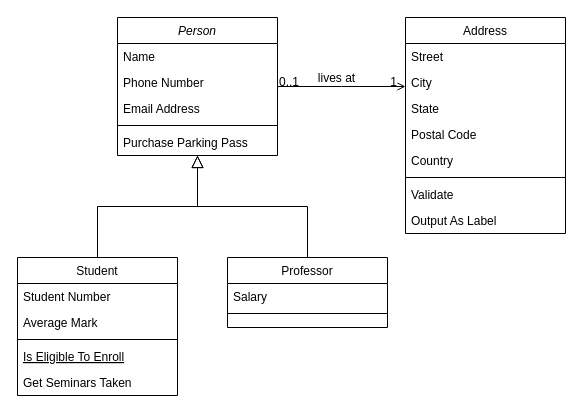
Above: CLASS-DIA.drawio in Ardiansyah05/jobsheet1 (draw.io), before the change. Source tidied: cells renumbered, new cells numbered last; positions are measured from the earlier drawing's top-left corner, leaving out a move shared by most shapes. Both pictures are drawn from the tidied source at 100%, with x=0, y=0 at pixel (17, 17).
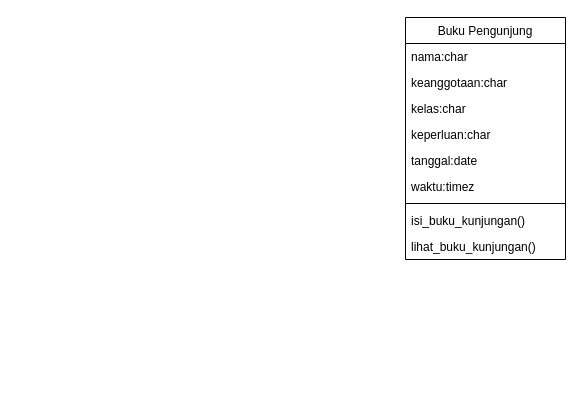
The same page after the edit.

Change to the diagram source:
```diff
@@
-    <mxCell id="2" value="Person" style="swimlane;fontStyle=2;align=center;verticalAlign=top;horizontal=1;startSize=26;rounded=0;shadow=0;strokeWidth=1;" parent="1" vertex="1">
-      <mxGeometry x="100" width="160" height="138" as="geometry" />
-    </mxCell>
-    <mxCell id="3" value="Name" style="text;align=left;verticalAlign=top;spacingLeft=4;spacingRight=4;overflow=hidden;" parent="2" vertex="1">
-      <mxGeometry y="26" width="160" height="26" as="geometry" />
-    </mxCell>
-    <mxCell id="4" value="Phone Number" style="text;align=left;verticalAlign=top;spacingLeft=4;spacingRight=4;overflow=hidden;rounded=0;shadow=0;html=0;" parent="2" vertex="1">
-      <mxGeometry y="52" width="160" height="26" as="geometry" />
-    </mxCell>
-    <mxCell id="5" value="Email Address" style="text;align=left;verticalAlign=top;spacingLeft=4;spacingRight=4;overflow=hidden;rounded=0;shadow=0;html=0;" parent="2" vertex="1">
-      <mxGeometry y="78" width="160" height="26" as="geometry" />
-    </mxCell>
-    <mxCell id="6" style="line;html=1;strokeWidth=1;align=left;verticalAlign=middle;spacingTop=-1;spacingLeft=3;spacingRight=3;labelPosition=right;" parent="2" vertex="1">
-      <mxGeometry y="104" width="160" height="8" as="geometry" />
-    </mxCell>
-    <mxCell id="7" value="Purchase Parking Pass" style="text;align=left;verticalAlign=top;spacingLeft=4;spacingRight=4;overflow=hidden;" parent="2" vertex="1">
-      <mxGeometry y="112" width="160" height="26" as="geometry" />
-    </mxCell>
-    <mxCell id="8" value="Student" style="swimlane;fontStyle=0;align=center;verticalAlign=top;horizontal=1;startSize=26;rounded=0;shadow=0;strokeWidth=1;" parent="1" vertex="1">
-      <mxGeometry y="240" width="160" height="138" as="geometry" />
-    </mxCell>
-    <mxCell id="9" value="Student Number" style="text;align=left;verticalAlign=top;spacingLeft=4;spacingRight=4;overflow=hidden;" parent="8" vertex="1">
-      <mxGeometry y="26" width="160" height="26" as="geometry" />
-    </mxCell>
-    <mxCell id="10" value="Average Mark" style="text;align=left;verticalAlign=top;spacingLeft=4;spacingRight=4;overflow=hidden;rounded=0;shadow=0;html=0;" parent="8" vertex="1">
-      <mxGeometry y="52" width="160" height="26" as="geometry" />
-    </mxCell>
-    <mxCell id="11" style="line;html=1;strokeWidth=1;align=left;verticalAlign=middle;spacingTop=-1;spacingLeft=3;spacingRight=3;labelPosition=right;" parent="8" vertex="1">
-      <mxGeometry y="78" width="160" height="8" as="geometry" />
-    </mxCell>
-    <mxCell id="12" value="Is Eligible To Enroll" style="text;align=left;verticalAlign=top;spacingLeft=4;spacingRight=4;overflow=hidden;fontStyle=4;" parent="8" vertex="1">
-      <mxGeometry y="86" width="160" height="26" as="geometry" />
-    </mxCell>
-    <mxCell id="13" value="Get Seminars Taken" style="text;align=left;verticalAlign=top;spacingLeft=4;spacingRight=4;overflow=hidden;" parent="8" vertex="1">
-      <mxGeometry y="112" width="160" height="26" as="geometry" />
-    </mxCell>
-    <mxCell id="14" style="endArrow=block;endSize=10;endFill=0;shadow=0;strokeWidth=1;rounded=0;edgeStyle=elbowEdgeStyle;elbow=vertical;" parent="1" edge="1" source="8" target="2">
-      <mxGeometry relative="1" as="geometry" />
-    </mxCell>
-    <mxCell id="15" value="Professor" style="swimlane;fontStyle=0;align=center;verticalAlign=top;horizontal=1;startSize=26;rounded=0;shadow=0;strokeWidth=1;" parent="1" vertex="1">
-      <mxGeometry x="210" y="240" width="160" height="70" as="geometry" />
-    </mxCell>
-    <mxCell id="16" value="Salary" style="text;align=left;verticalAlign=top;spacingLeft=4;spacingRight=4;overflow=hidden;" parent="15" vertex="1">
-      <mxGeometry y="26" width="160" height="26" as="geometry" />
-    </mxCell>
-    <mxCell id="17" style="line;html=1;strokeWidth=1;align=left;verticalAlign=middle;spacingTop=-1;spacingLeft=3;spacingRight=3;labelPosition=right;" parent="15" vertex="1">
-      <mxGeometry y="52" width="160" height="8" as="geometry" />
-    </mxCell>
-    <mxCell id="18" style="endArrow=block;endSize=10;endFill=0;shadow=0;strokeWidth=1;rounded=0;edgeStyle=elbowEdgeStyle;elbow=vertical;" parent="1" edge="1" source="15" target="2">
-      <mxGeometry relative="1" as="geometry" />
-    </mxCell>
-    <mxCell id="19" value="Address" style="swimlane;fontStyle=0;align=center;verticalAlign=top;horizontal=1;startSize=26;rounded=0;shadow=0;strokeWidth=1;" parent="1" vertex="1">
-      <mxGeometry x="388" width="160" height="216" as="geometry" />
+    <mxCell id="19" value="Buku Pengunjung" style="swimlane;fontStyle=0;align=center;verticalAlign=top;horizontal=1;startSize=26;rounded=0;shadow=0;strokeWidth=1;" parent="1" vertex="1">
+      <mxGeometry x="388" width="160" height="242" as="geometry" />
     </mxCell>
-    <mxCell id="20" value="Street" style="text;align=left;verticalAlign=top;spacingLeft=4;spacingRight=4;overflow=hidden;" parent="19" vertex="1">
+    <mxCell id="20" value="nama:char" style="text;align=left;verticalAlign=top;spacingLeft=4;spacingRight=4;overflow=hidden;" parent="19" vertex="1">
       <mxGeometry y="26" width="160" height="26" as="geometry" />
     </mxCell>
-    <mxCell id="21" value="City" style="text;align=left;verticalAlign=top;spacingLeft=4;spacingRight=4;overflow=hidden;rounded=0;shadow=0;html=0;" parent="19" vertex="1">
+    <mxCell id="21" value="keanggotaan:char" style="text;align=left;verticalAlign=top;spacingLeft=4;spacingRight=4;overflow=hidden;rounded=0;shadow=0;html=0;" parent="19" vertex="1">
       <mxGeometry y="52" width="160" height="26" as="geometry" />
     </mxCell>
-    <mxCell id="22" value="State" style="text;align=left;verticalAlign=top;spacingLeft=4;spacingRight=4;overflow=hidden;rounded=0;shadow=0;html=0;" parent="19" vertex="1">
+    <mxCell id="22" value="kelas:char" style="text;align=left;verticalAlign=top;spacingLeft=4;spacingRight=4;overflow=hidden;rounded=0;shadow=0;html=0;" parent="19" vertex="1">
       <mxGeometry y="78" width="160" height="26" as="geometry" />
     </mxCell>
-    <mxCell id="23" value="Postal Code" style="text;align=left;verticalAlign=top;spacingLeft=4;spacingRight=4;overflow=hidden;rounded=0;shadow=0;html=0;" parent="19" vertex="1">
+    <mxCell id="23" value="keperluan:char" style="text;align=left;verticalAlign=top;spacingLeft=4;spacingRight=4;overflow=hidden;rounded=0;shadow=0;html=0;" parent="19" vertex="1">
       <mxGeometry y="104" width="160" height="26" as="geometry" />
     </mxCell>
-    <mxCell id="24" value="Country" style="text;align=left;verticalAlign=top;spacingLeft=4;spacingRight=4;overflow=hidden;rounded=0;shadow=0;html=0;" parent="19" vertex="1">
+    <mxCell id="24" value="tanggal:date&#10;" style="text;align=left;verticalAlign=top;spacingLeft=4;spacingRight=4;overflow=hidden;rounded=0;shadow=0;html=0;" parent="19" vertex="1">
       <mxGeometry y="130" width="160" height="26" as="geometry" />
     </mxCell>
+    <mxCell id="32" value="waktu:timez" style="text;align=left;verticalAlign=top;spacingLeft=4;spacingRight=4;overflow=hidden;rounded=0;shadow=0;html=0;" parent="19" vertex="1">
+      <mxGeometry y="156" width="160" height="26" as="geometry" />
+    </mxCell>
     <mxCell id="25" style="line;html=1;strokeWidth=1;align=left;verticalAlign=middle;spacingTop=-1;spacingLeft=3;spacingRight=3;labelPosition=right;" parent="19" vertex="1">
-      <mxGeometry y="156" width="160" height="8" as="geometry" />
+      <mxGeometry y="182" width="160" height="8" as="geometry" />
     </mxCell>
-    <mxCell id="26" value="Validate" style="text;align=left;verticalAlign=top;spacingLeft=4;spacingRight=4;overflow=hidden;" parent="19" vertex="1">
-      <mxGeometry y="164" width="160" height="26" as="geometry" />
+    <mxCell id="26" value="isi_buku_kunjungan()" style="text;align=left;verticalAlign=top;spacingLeft=4;spacingRight=4;overflow=hidden;" parent="19" vertex="1">
+      <mxGeometry y="190" width="160" height="26" as="geometry" />
     </mxCell>
-    <mxCell id="27" value="Output As Label" style="text;align=left;verticalAlign=top;spacingLeft=4;spacingRight=4;overflow=hidden;" parent="19" vertex="1">
-      <mxGeometry y="190" width="160" height="26" as="geometry" />
+    <mxCell id="27" value="lihat_buku_kunjungan()" style="text;align=left;verticalAlign=top;spacingLeft=4;spacingRight=4;overflow=hidden;" parent="19" vertex="1">
+      <mxGeometry y="216" width="160" height="26" as="geometry" />
     </mxCell>
-    <mxCell id="28" style="endArrow=open;shadow=0;strokeWidth=1;rounded=0;endFill=1;edgeStyle=elbowEdgeStyle;elbow=vertical;" parent="1" edge="1" source="2" target="19">
-      <mxGeometry x="0.5" y="41" relative="1" as="geometry">
-        <mxPoint x="-40" y="32" as="offset" />
-      </mxGeometry>
-    </mxCell>
-    <mxCell id="29" value="0..1" style="align=left;verticalAlign=bottom;labelBackgroundColor=none;fontSize=12;" parent="28" vertex="1">
-      <mxGeometry x="-1" relative="1" as="geometry">
-        <mxPoint y="4" as="offset" />
-      </mxGeometry>
-    </mxCell>
-    <mxCell id="30" value="1" style="align=right;verticalAlign=bottom;labelBackgroundColor=none;fontSize=12;" parent="28" vertex="1">
-      <mxGeometry x="1" relative="1" as="geometry">
-        <mxPoint x="-7" y="4" as="offset" />
-      </mxGeometry>
-    </mxCell>
-    <mxCell id="31" value="lives at" style="text;html=1;align=center;verticalAlign=middle;labelBackgroundColor=none;rounded=0;shadow=0;strokeWidth=1;fontSize=12;" parent="28" vertex="1">
-      <mxGeometry x="0.5" y="49" relative="1" as="geometry">
-        <mxPoint x="-38" y="40" as="offset" />
-      </mxGeometry>
-    </mxCell>
```
